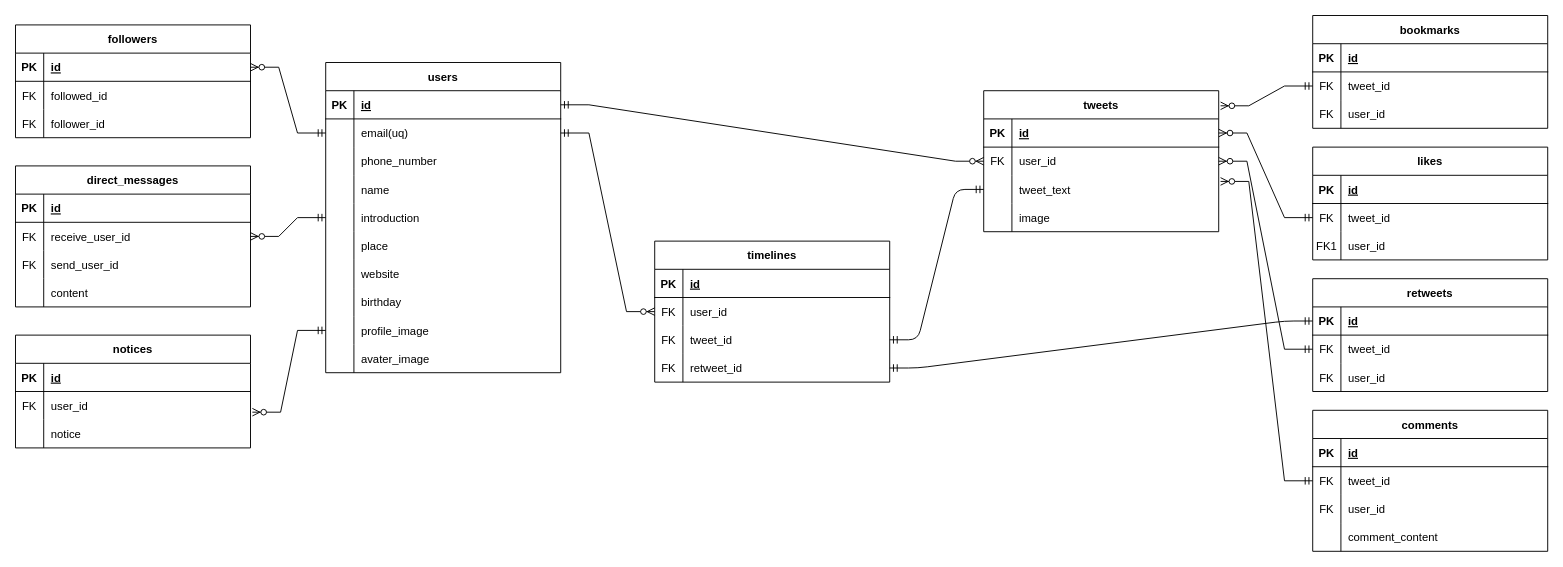
Before: twitter_draft.drawio in hie3-336/rails_twitter, a draw.io diagram. Source tidied: cells renumbered, new cells numbered last; positions are measured from the earlier drawing's top-left corner, leaving out a move shared by most shapes. Both pictures are drawn from the tidied source at 94%, with x=0, y=0 at pixel (15, 15).
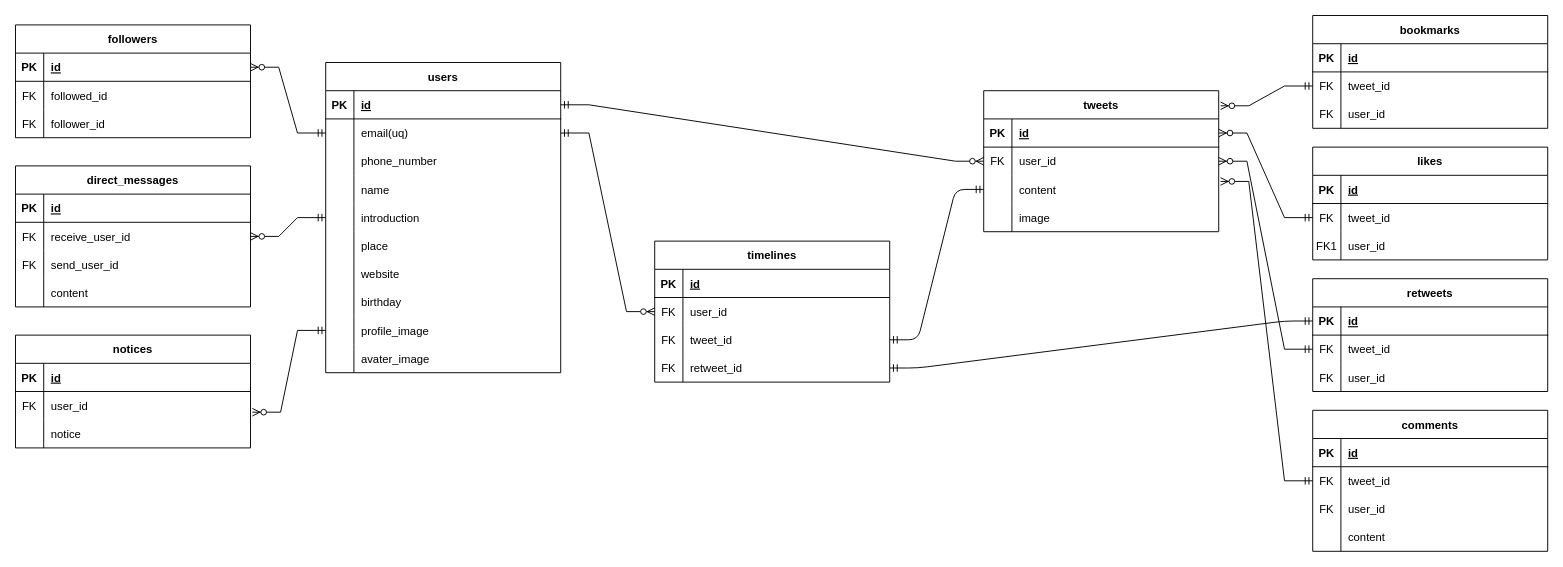
The same page after the edit.

The change refers to these unchanged cells:
```xml
<mxCell id="40" style="shape=partialRectangle;fillColor=none;points=[[0,0.5],[1,0.5]];portConstraint=eastwest;top=0;left=0;right=0;bottom=0;" parent="33" vertex="1">
  <mxGeometry y="90" width="250" height="30" as="geometry" />
</mxCell>
<mxCell id="126" style="shape=partialRectangle;fillColor=none;top=0;left=0;right=0;bottom=0;" parent="116" vertex="1">
  <mxGeometry y="120" width="250" height="30" as="geometry" />
</mxCell>
```

The edit, as a diff of the source:
```diff
@@
-    <mxCell id="42" value="tweet_text" style="shape=partialRectangle;overflow=hidden;fillColor=none;top=0;left=0;bottom=0;right=0;align=left;spacingLeft=6;" parent="40" vertex="1">
+    <mxCell id="42" value="content" style="shape=partialRectangle;overflow=hidden;fillColor=none;top=0;left=0;bottom=0;right=0;align=left;spacingLeft=6;" parent="40" vertex="1">
       <mxGeometry x="30" width="220" height="30" as="geometry" />
     </mxCell>
@@
-    <mxCell id="128" value="comment_content" style="shape=partialRectangle;overflow=hidden;fillColor=none;top=0;left=0;bottom=0;right=0;align=left;spacingLeft=6;" parent="126" vertex="1">
+    <mxCell id="128" value="content" style="shape=partialRectangle;overflow=hidden;fillColor=none;top=0;left=0;bottom=0;right=0;align=left;spacingLeft=6;" parent="126" vertex="1">
       <mxGeometry x="30" width="220" height="30" as="geometry" />
     </mxCell>
```
